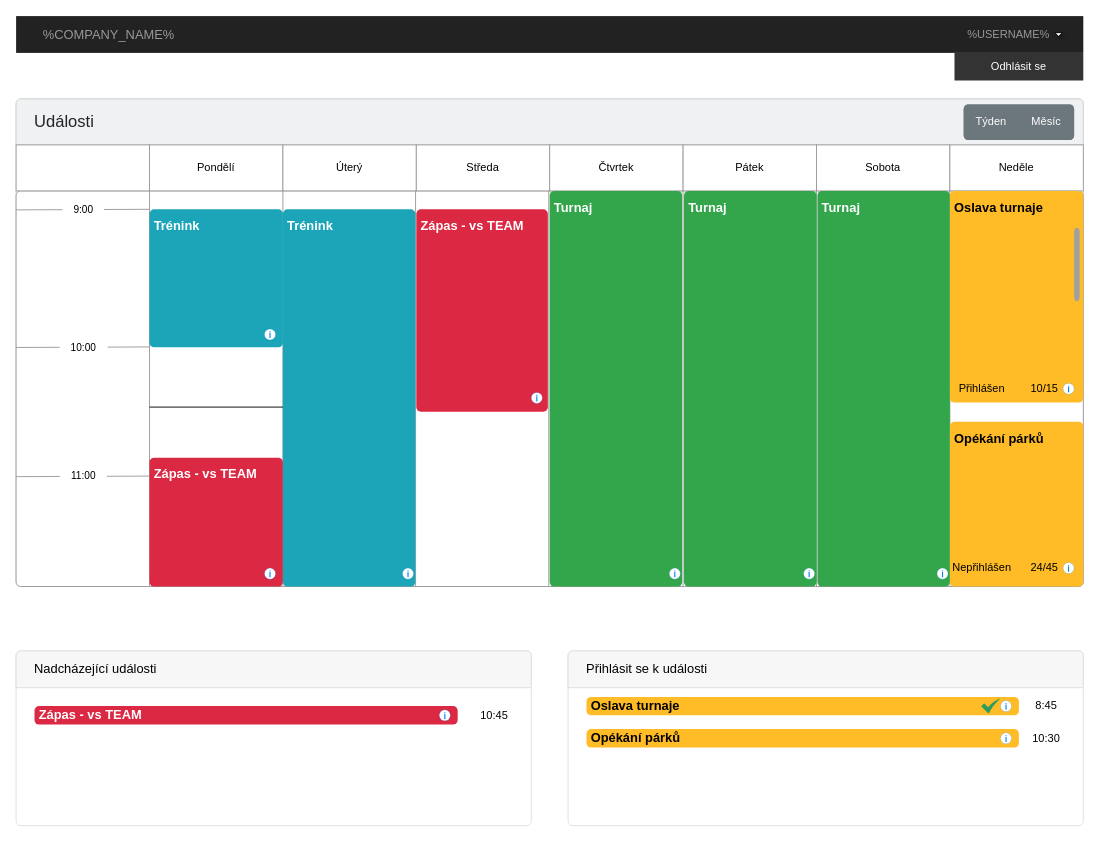
dminikm/EsportsIS keeps this draw.io diagram as EventUIWireframe.drawio. Above is the earlier version. Source tidied: cells renumbered, new cells numbered last; positions are measured from the earlier drawing's top-left corner, leaving out a move shared by most shapes. Both pictures are drawn from the tidied source at 92%, with x=0, y=0 at pixel (16, 16).
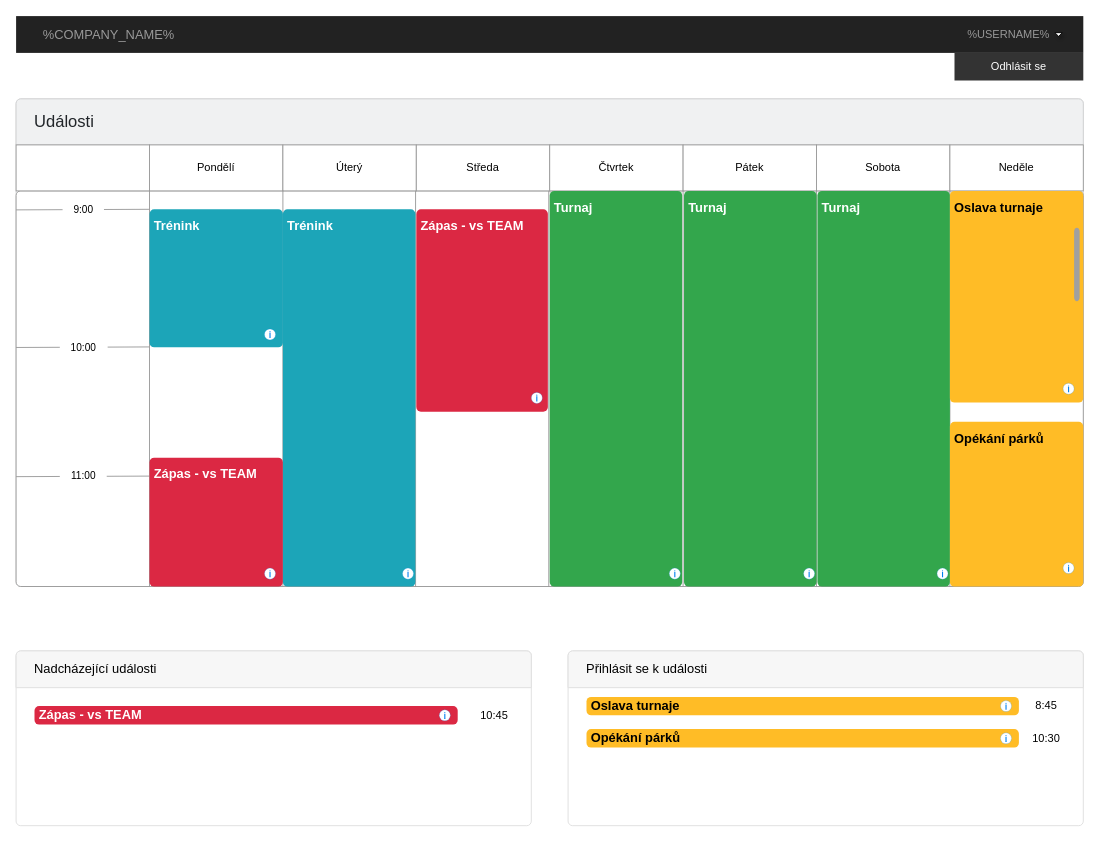
After the change.

The change refers to these unchanged cells:
```xml
<mxCell id="7" style="html=1;shadow=0;dashed=0;shape=mxgraph.bootstrap.rrect;rSize=5;strokeColor=#D2D3D4;html=1;whiteSpace=wrap;fillColor=#F8F9FA;fontColor=#212529;verticalAlign=top;align=left;spacing=20;spacingBottom=0;fontSize=14;horizontal=1;" parent="1" vertex="1">
  <mxGeometry y="90" width="1160" height="530" as="geometry" />
</mxCell>
<mxCell id="63" style="html=1;shadow=0;dashed=0;shape=mxgraph.bootstrap.rrect;rSize=5;strokeColor=#DFDFDF;html=1;whiteSpace=wrap;fillColor=#FFFFFF;fontColor=#000000;rounded=1;align=left;" parent="1" vertex="1">
  <mxGeometry x="600" y="690" width="560" height="190" as="geometry" />
</mxCell>
```

The edit, as a diff of the source:
```diff
@@
-    <mxCell id="9" style="html=1;shadow=0;dashed=0;shape=mxgraph.bootstrap.rrect;rSize=5;strokeColor=none;html=1;whiteSpace=wrap;fillColor=#6C767D;fontColor=#ffffff;" parent="7" vertex="1">
-      <mxGeometry x="1030" y="6" width="120" height="38.8" as="geometry" />
-    </mxCell>
-    <mxCell id="10" value="&lt;font color=&quot;#ffffff&quot;&gt;Týden&lt;/font&gt;" style="strokeColor=inherit;fillColor=inherit;gradientColor=inherit;fontColor=inherit;html=1;shadow=0;dashed=0;shape=mxgraph.bootstrap.leftButton;rSize=5;perimeter=none;whiteSpace=wrap;" parent="9" vertex="1">
-      <mxGeometry width="60" height="38.78" relative="1" as="geometry" />
-    </mxCell>
-    <mxCell id="11" value="&lt;font color=&quot;#ffffff&quot;&gt;Měsíc&lt;/font&gt;" style="strokeColor=inherit;fillColor=inherit;gradientColor=inherit;fontColor=inherit;html=1;shadow=0;dashed=0;shape=mxgraph.bootstrap.rightButton;rSize=5;perimeter=none;whiteSpace=wrap;" parent="9" vertex="1">
-      <mxGeometry x="1" width="60" height="38.78" relative="1" as="geometry">
-        <mxPoint x="-60" as="offset" />
-      </mxGeometry>
-    </mxCell>
@@
-    <mxCell id="51" value="10/15" style="text;html=1;strokeColor=none;fillColor=none;align=center;verticalAlign=middle;whiteSpace=wrap;rounded=0;" parent="7" vertex="1">
-      <mxGeometry x="1098" y="305" width="40" height="20" as="geometry" />
-    </mxCell>
-    <mxCell id="52" value="Přihlášen" style="text;html=1;strokeColor=none;fillColor=none;align=center;verticalAlign=middle;whiteSpace=wrap;rounded=0;" parent="7" vertex="1">
-      <mxGeometry x="1030" y="305" width="40" height="20" as="geometry" />
-    </mxCell>
@@
-    <mxCell id="55" value="24/45" style="text;html=1;strokeColor=none;fillColor=none;align=center;verticalAlign=middle;whiteSpace=wrap;rounded=0;" parent="1" vertex="1">
-      <mxGeometry x="1098" y="590" width="40" height="20" as="geometry" />
-    </mxCell>
-    <mxCell id="56" value="Nepřihlášen" style="text;html=1;strokeColor=none;fillColor=none;align=center;verticalAlign=middle;whiteSpace=wrap;rounded=0;" parent="1" vertex="1">
-      <mxGeometry x="1030" y="590" width="40" height="20" as="geometry" />
-    </mxCell>
-    <mxCell id="57" style="endArrow=none;html=1;" parent="1" edge="1">
-      <mxGeometry relative="1" as="geometry">
-        <mxPoint x="145" y="425" as="sourcePoint" />
-        <mxPoint x="290" y="425" as="targetPoint" />
-      </mxGeometry>
-    </mxCell>
@@
-    <mxCell id="71" style="html=1;strokeColor=none;shadow=0;align=center;verticalAlign=top;fillColor=#2D9C5E;shape=mxgraph.gcp2.check;rounded=1;" parent="63" vertex="1">
-      <mxGeometry x="449" y="51.6" width="21" height="16.8" as="geometry" />
-    </mxCell>
```
